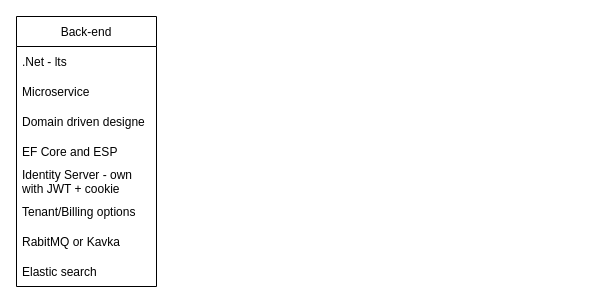
The draw.io diagram Documents/Payment_diagram.drawio in Turnikman88/Haron, before the edit. Source tidied: cells renumbered, new cells numbered last; positions are measured from the earlier drawing's top-left corner, leaving out a move shared by most shapes. Both pictures are drawn from the tidied source at 100%, with x=0, y=0 at pixel (16, 16).
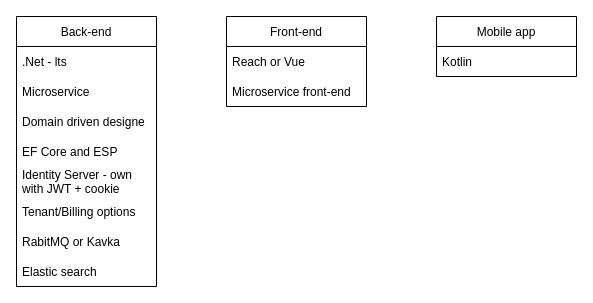
Above is the later version.

Change to the diagram source:
```diff
@@
 <mxGraphModel>
   <root>
     <mxCell id="0" />
     <mxCell id="1" parent="0" />
     <mxCell id="2" value="Back-end" style="swimlane;fontStyle=0;horizontal=1;startSize=30;" parent="1" vertex="1">
       <mxGeometry width="140" height="270" as="geometry" />
     </mxCell>
     <mxCell id="3" value=".Net - lts" style="text;strokeColor=none;fillColor=none;align=left;verticalAlign=middle;spacingLeft=4;spacingRight=4;overflow=hidden;" parent="2" vertex="1">
       <mxGeometry y="30" width="140" height="30" as="geometry" />
     </mxCell>
     <mxCell id="4" value="Microservice" style="text;strokeColor=none;fillColor=none;align=left;verticalAlign=middle;spacingLeft=4;spacingRight=4;overflow=hidden;" parent="2" vertex="1">
       <mxGeometry y="60" width="140" height="30" as="geometry" />
     </mxCell>
     <mxCell id="5" value="Domain driven designe" style="text;strokeColor=none;fillColor=none;align=left;verticalAlign=middle;spacingLeft=4;spacingRight=4;overflow=hidden;" parent="2" vertex="1">
       <mxGeometry y="90" width="140" height="30" as="geometry" />
     </mxCell>
     <mxCell id="6" value="EF Core and ESP" style="text;strokeColor=none;fillColor=none;align=left;verticalAlign=middle;spacingLeft=4;spacingRight=4;overflow=hidden;" parent="2" vertex="1">
       <mxGeometry y="120" width="140" height="30" as="geometry" />
     </mxCell>
     <mxCell id="7" value="Identity Server - own&#10;with JWT + cookie" style="text;strokeColor=none;fillColor=none;align=left;verticalAlign=middle;spacingLeft=4;spacingRight=4;overflow=hidden;" parent="2" vertex="1">
       <mxGeometry y="150" width="140" height="30" as="geometry" />
     </mxCell>
     <mxCell id="8" value="Tenant/Billing options" style="text;strokeColor=none;fillColor=none;align=left;verticalAlign=middle;spacingLeft=4;spacingRight=4;overflow=hidden;" parent="2" vertex="1">
       <mxGeometry y="180" width="140" height="30" as="geometry" />
     </mxCell>
     <mxCell id="9" value="RabitMQ or Kavka" style="text;strokeColor=none;fillColor=none;align=left;verticalAlign=middle;spacingLeft=4;spacingRight=4;overflow=hidden;" parent="2" vertex="1">
       <mxGeometry y="210" width="140" height="30" as="geometry" />
     </mxCell>
     <mxCell id="10" value="Elastic search" style="text;strokeColor=none;fillColor=none;align=left;verticalAlign=middle;spacingLeft=4;spacingRight=4;overflow=hidden;" parent="2" vertex="1">
       <mxGeometry y="240" width="140" height="30" as="geometry" />
     </mxCell>
+    <mxCell id="11" value="Front-end" style="swimlane;fontStyle=0;horizontal=1;startSize=30;" parent="1" vertex="1">
+      <mxGeometry x="210" width="140" height="90" as="geometry" />
+    </mxCell>
+    <mxCell id="12" value="Reach or Vue" style="text;strokeColor=none;fillColor=none;align=left;verticalAlign=middle;spacingLeft=4;spacingRight=4;overflow=hidden;" parent="11" vertex="1">
+      <mxGeometry y="30" width="140" height="30" as="geometry" />
+    </mxCell>
+    <mxCell id="13" value="Microservice front-end" style="text;strokeColor=none;fillColor=none;align=left;verticalAlign=middle;spacingLeft=4;spacingRight=4;overflow=hidden;" parent="11" vertex="1">
+      <mxGeometry y="60" width="140" height="30" as="geometry" />
+    </mxCell>
+    <mxCell id="14" value="Mobile app" style="swimlane;fontStyle=0;horizontal=1;startSize=30;" parent="1" vertex="1">
+      <mxGeometry x="420" width="140" height="60" as="geometry" />
+    </mxCell>
+    <mxCell id="15" value="Kotlin" style="text;strokeColor=none;fillColor=none;align=left;verticalAlign=middle;spacingLeft=4;spacingRight=4;overflow=hidden;" parent="14" vertex="1">
+      <mxGeometry y="30" width="140" height="30" as="geometry" />
+    </mxCell>
   </root>
 </mxGraphModel>
```
